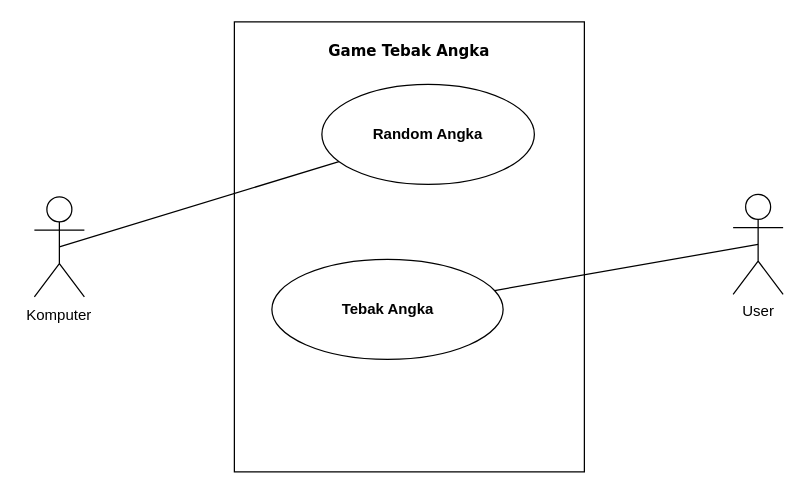
Wijdannn/jobsheet1 keeps this draw.io diagram as Use-cas.drawio. Above is the earlier version. Source tidied: cells renumbered, new cells numbered last; positions are measured from the earlier drawing's top-left corner, leaving out a move shared by most shapes. Both pictures are drawn from the tidied source at 125%, with x=0, y=0 at pixel (21, 21).
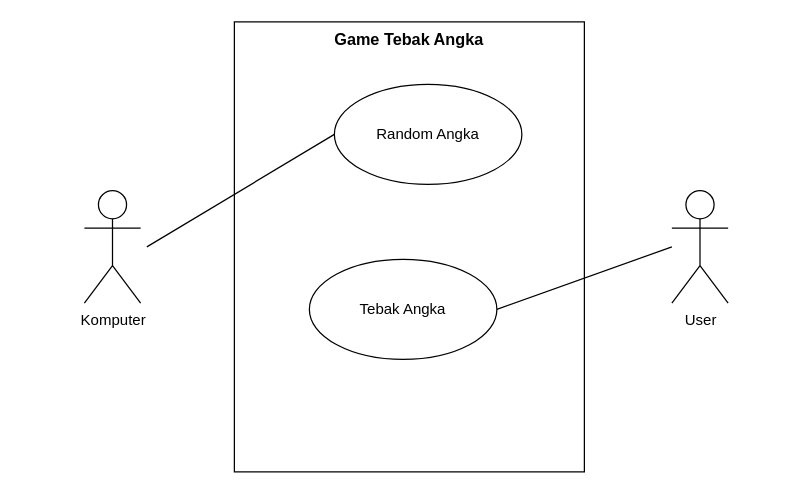
After the change.

What changed in the source:
```diff
@@
 <mxGraphModel>
   <root>
     <mxCell id="0" />
     <mxCell id="1" parent="0" />
-    <mxCell id="2" style="rounded=0;whiteSpace=wrap;html=1;" parent="1" vertex="1">
+    <mxCell id="2" value="&lt;b&gt;&lt;font style=&quot;font-size: 13px;&quot;&gt;Game Tebak Angka&lt;/font&gt;&lt;/b&gt;" style="rounded=0;whiteSpace=wrap;html=1;verticalAlign=top;" parent="1" vertex="1">
       <mxGeometry x="170" width="280" height="360" as="geometry" />
     </mxCell>
-    <mxCell id="3" value="&lt;br&gt;" style="shape=umlActor;verticalLabelPosition=bottom;verticalAlign=top;html=1;outlineConnect=0;" parent="1" vertex="1">
-      <mxGeometry x="10" y="140" width="40" height="80" as="geometry" />
-    </mxCell>
+    <mxCell id="12" value="Komputer" style="shape=umlActor;verticalLabelPosition=bottom;verticalAlign=top;html=1;" parent="1" vertex="1">
+      <mxGeometry x="50" y="135" width="45" height="90" as="geometry" />
+    </mxCell>
     <mxCell id="4" value="User" style="shape=umlActor;verticalLabelPosition=bottom;verticalAlign=top;html=1;outlineConnect=0;" parent="1" vertex="1">
-      <mxGeometry x="569" y="138" width="40" height="80" as="geometry" />
+      <mxGeometry x="520" y="135" width="45" height="90" as="geometry" />
     </mxCell>
-    <mxCell id="5" value="Game Tebak Angka" style="text;html=1;strokeColor=none;fillColor=none;align=center;verticalAlign=top;whiteSpace=wrap;rounded=0;fontStyle=1;fontFamily=Verdana;fontSize=12;" parent="1" vertex="1">
-      <mxGeometry x="240" y="10" width="140" height="30" as="geometry" />
-    </mxCell>
-    <mxCell id="6" style="ellipse;whiteSpace=wrap;html=1;" parent="1" vertex="1">
-      <mxGeometry x="240" y="50" width="170" height="80" as="geometry" />
-    </mxCell>
-    <mxCell id="7" style="ellipse;whiteSpace=wrap;html=1;" parent="1" vertex="1">
-      <mxGeometry x="200" y="190" width="185" height="80" as="geometry" />
-    </mxCell>
-    <mxCell id="8" style="endArrow=none;html=1;rounded=0;exitX=0.5;exitY=0.5;exitDx=0;exitDy=0;exitPerimeter=0;" parent="1" edge="1" source="3" target="6">
-      <mxGeometry relative="1" as="geometry" />
-    </mxCell>
-    <mxCell id="9" style="endArrow=none;html=1;rounded=0;entryX=0.5;entryY=0.5;entryDx=0;entryDy=0;entryPerimeter=0;" parent="1" edge="1" source="7" target="4">
-      <mxGeometry relative="1" as="geometry" />
-    </mxCell>
+    <mxCell id="13" style="endArrow=none;html=1;rounded=0;entryX=0;entryY=0.5;entryDx=0;entryDy=0;" parent="1" edge="1" target="10">
+      <mxGeometry relative="1" as="geometry">
+        <mxPoint x="100" y="180" as="sourcePoint" />
+      </mxGeometry>
+    </mxCell>
+    <mxCell id="14" style="endArrow=none;html=1;rounded=0;exitX=1;exitY=0.5;exitDx=0;exitDy=0;" parent="1" edge="1" source="11">
+      <mxGeometry relative="1" as="geometry">
+        <mxPoint x="520" y="180" as="targetPoint" />
+      </mxGeometry>
+    </mxCell>
-    <mxCell id="10" value="Random Angka" style="text;html=1;strokeColor=none;fillColor=none;align=center;verticalAlign=middle;whiteSpace=wrap;rounded=0;fontStyle=1;" parent="1" vertex="1">
-      <mxGeometry x="280" y="75" width="90" height="30" as="geometry" />
+    <mxCell id="10" value="Random Angka" style="ellipse;whiteSpace=wrap;html=1;" parent="1" vertex="1">
+      <mxGeometry x="250" y="50" width="150" height="80" as="geometry" />
     </mxCell>
-    <mxCell id="11" value="Tebak Angka" style="text;html=1;strokeColor=none;fillColor=none;align=center;verticalAlign=middle;whiteSpace=wrap;rounded=0;fontStyle=1;" parent="1" vertex="1">
-      <mxGeometry x="247.5" y="215" width="90" height="30" as="geometry" />
+    <mxCell id="11" value="Tebak Angka" style="ellipse;whiteSpace=wrap;html=1;" parent="1" vertex="1">
+      <mxGeometry x="230" y="190" width="150" height="80" as="geometry" />
     </mxCell>
-    <mxCell id="12" value="Komputer" style="text;html=1;strokeColor=none;fillColor=none;align=center;verticalAlign=middle;whiteSpace=wrap;rounded=0;" parent="1" vertex="1">
-      <mxGeometry y="220" width="60" height="30" as="geometry" />
-    </mxCell>
   </root>
 </mxGraphModel>
```
